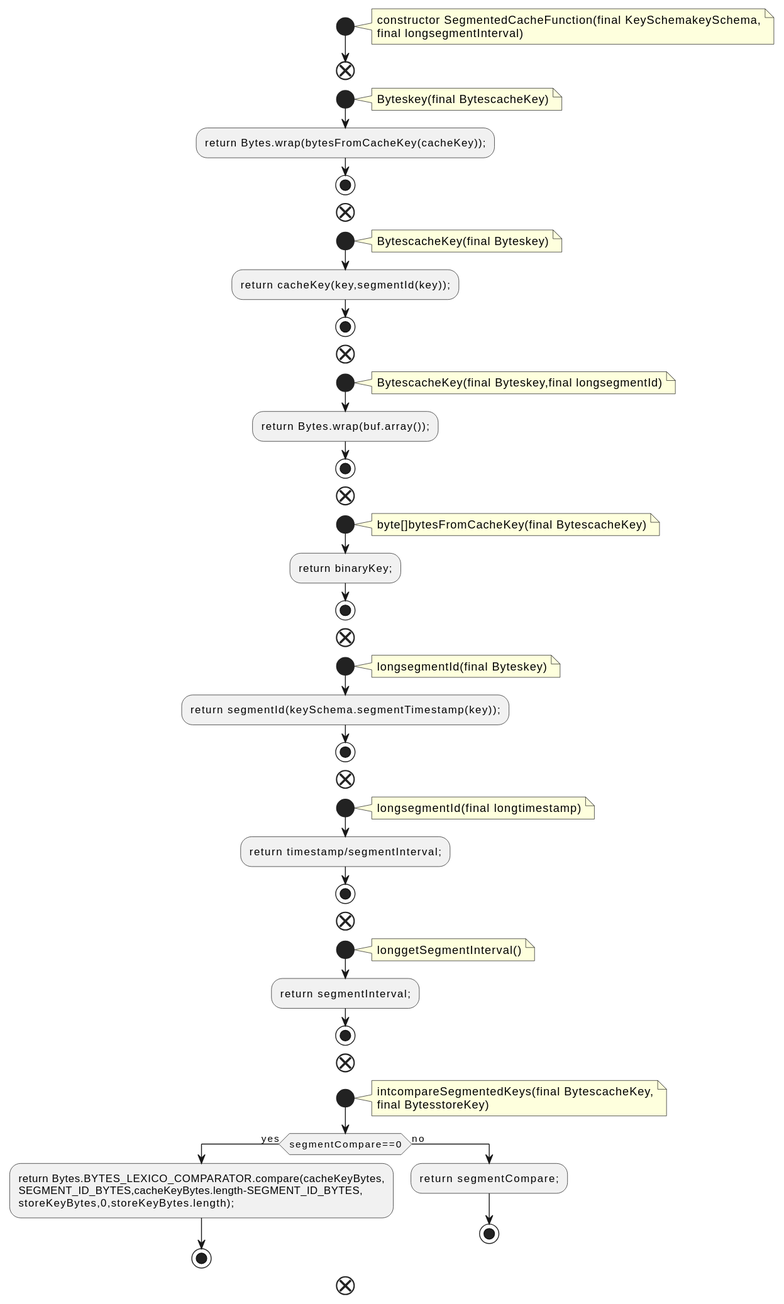
The PlantUML diagram docs/qc/streams/src/main/java/org/apache/kafka/streams/state/internals/SegmentedCacheFunction.java.fct.svg in qualitesys/kafka, before a commit.
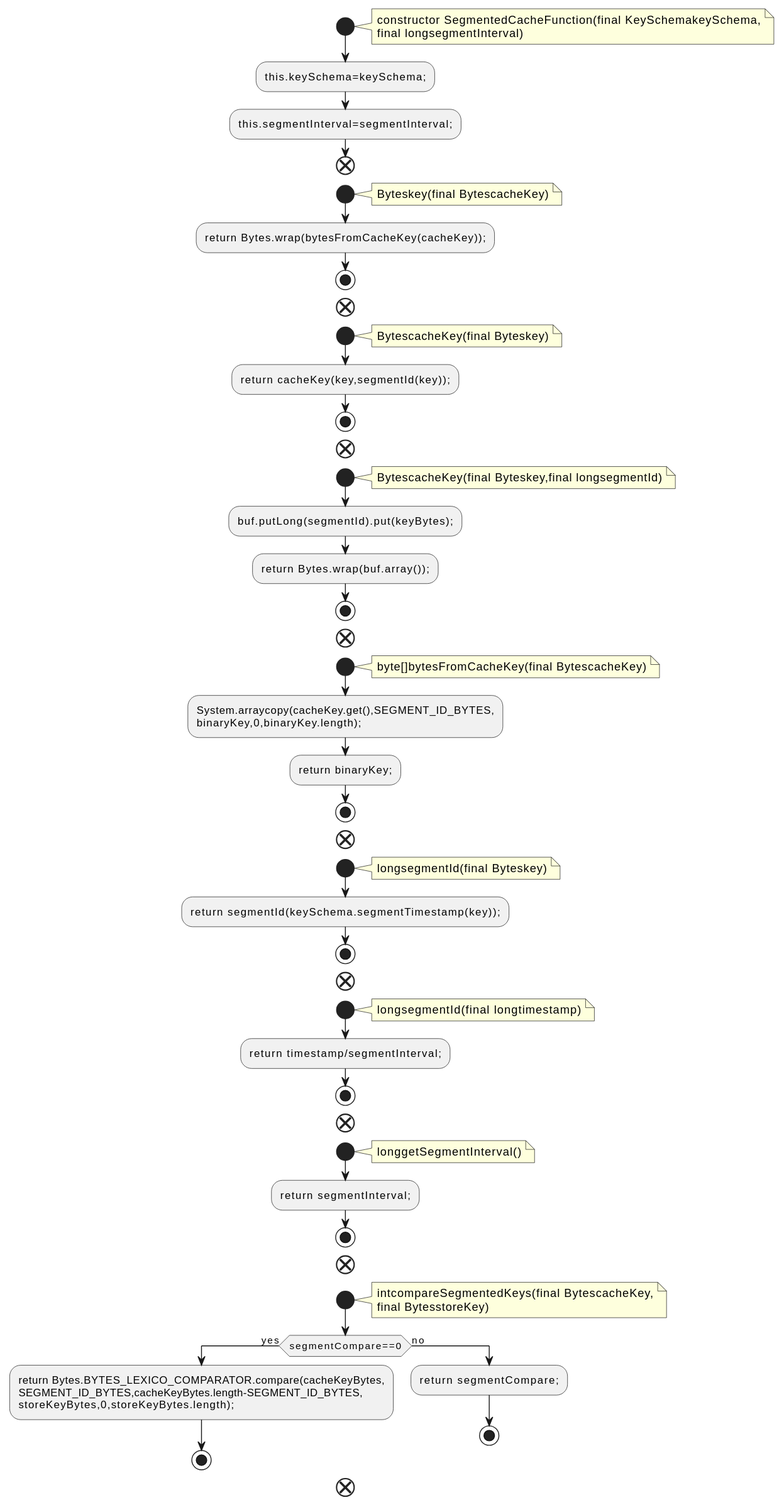
Later version of the same file.

What changed in the source:
```diff
@@ -5,6 +5,8 @@
 constructor SegmentedCacheFunction(final KeySchemakeySchema,
 final longsegmentInterval)
 end note
+:this.keySchema=keySchema;;
+:this.segmentInterval=segmentInterval;;
 end
 start
 note right
@@ -24,6 +26,7 @@
 note right
 BytescacheKey(final Byteskey,final longsegmentId)
 end note
+:buf.putLong(segmentId).put(keyBytes);;
 :return Bytes.wrap(buf.array());;
 stop
 end
@@ -31,6 +34,8 @@
 note right
 byte[]bytesFromCacheKey(final BytescacheKey)
 end note
+:System.arraycopy(cacheKey.get(),SEGMENT_ID_BYTES,
+binaryKey,0,binaryKey.length);;
 :return binaryKey;;
 stop
 end
```
